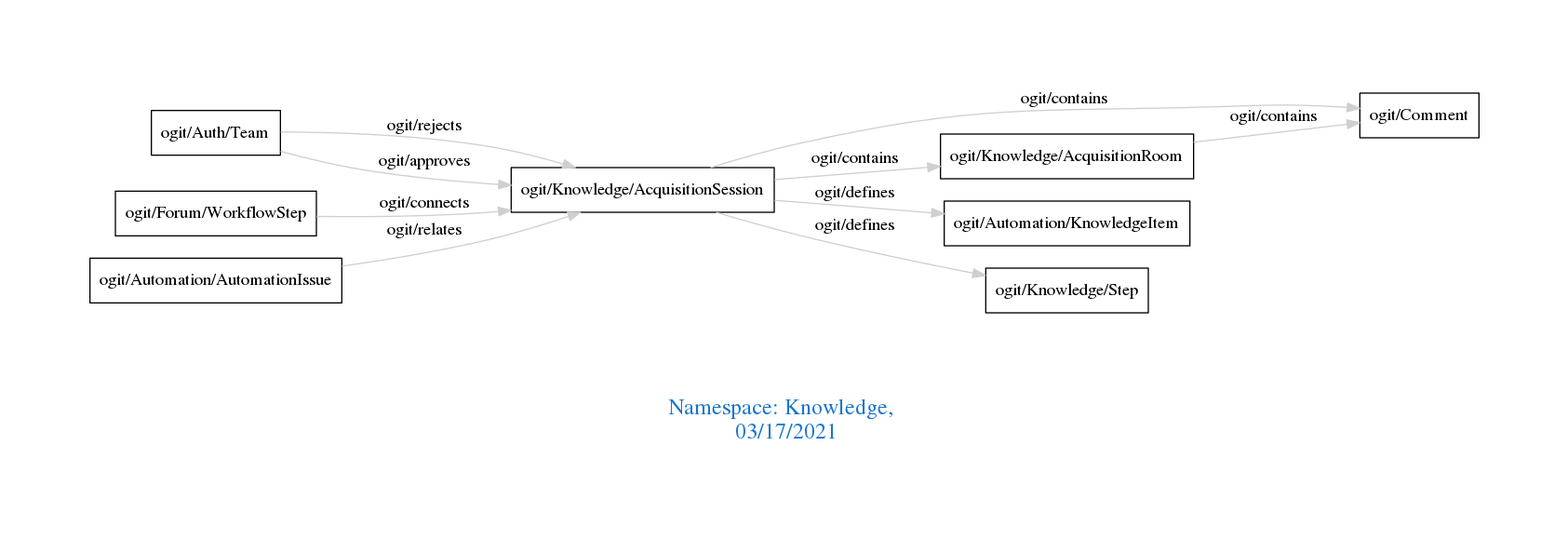
arago/OGIT keeps this Graphviz diagram as downloads/Knowledge.png. Above is the earlier version. Its source is kept beside it as downloads/Knowledge.dot.
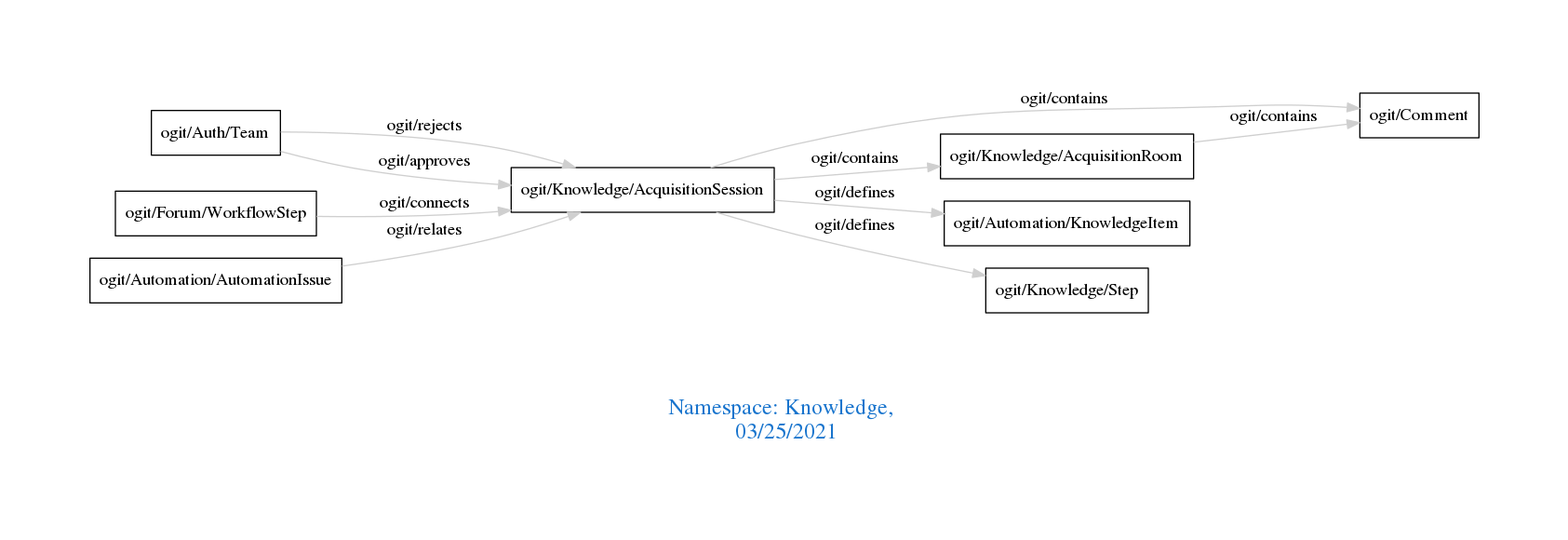
Later version of the same file.

The edit, as a diff of the source:
```diff
@@ -1,7 +1,7 @@
 digraph OGIT_ontology {
  graph [ rankdir= LR,pad=1
 fontsize = 18,
-fontcolor= dodgerblue3,label = "\n\n\nNamespace: Knowledge, \n 03/17/2021"];
+fontcolor= dodgerblue3,label = "\n\n\nNamespace: Knowledge, \n 03/25/2021"];
 node[shape=polygon];
 edge [  color="gray81"];
 
```
